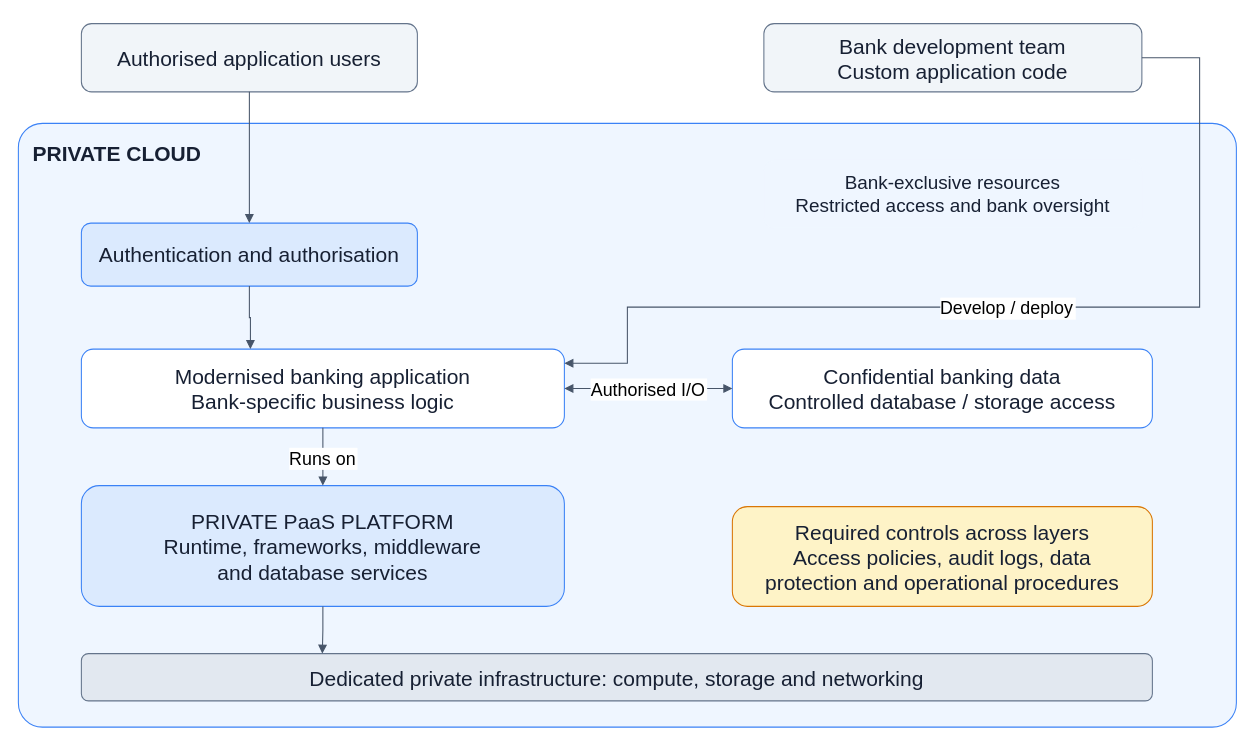
horiiiiii032929/cs5224-lab2-twitter-analytics keeps this draw.io diagram as diagrams/Part1b-architecture.drawio. Above is the earlier version. Source tidied: cells renumbered, new cells numbered last; positions are measured from the earlier drawing's top-left corner, leaving out a move shared by most shapes. Both pictures are drawn from the tidied source at 105%, with x=0, y=0 at pixel (18, 23).
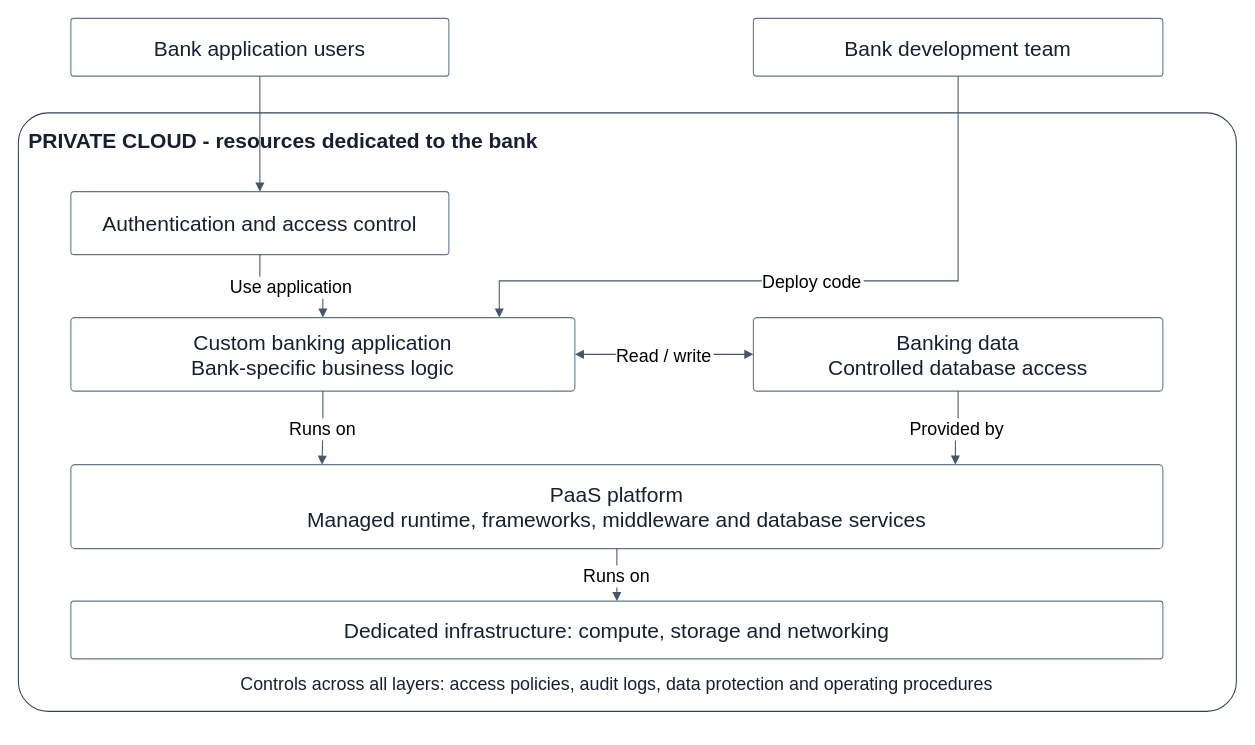
The same diagram, later.

Commit message (it also covers changes not shown here):
Clarify hospital, bank and AWS architecture diagrams

Change to the diagram source:
```diff
@@
-    <mxCell id="2" value="PRIVATE CLOUD" style="rounded=1;whiteSpace=wrap;html=0;fillColor=#eff6ff;strokeColor=#3b82f6;fontColor=#172033;fontFamily=Arial;fontSize=20;spacing=10;verticalAlign=top;align=left;fontStyle=1;spacing=0;spacingTop=12;spacingLeft=14;arcSize=4;" parent="1" vertex="1">
-      <mxGeometry y="95" width="1160" height="575" as="geometry" />
+    <mxCell id="2" value="PRIVATE CLOUD - resources dedicated to the bank" style="rounded=1;arcSize=5;whiteSpace=wrap;html=0;fillColor=#ffffff;strokeColor=#334155;fontColor=#172033;fontFamily=Arial;fontSize=20;spacing=10;verticalAlign=top;align=left;fontStyle=1;" parent="1" vertex="1">
+      <mxGeometry y="85" width="1160" height="570" as="geometry" />
     </mxCell>
-    <mxCell id="3" value="Bank-exclusive resources&#10;Restricted access and bank oversight" style="rounded=1;whiteSpace=wrap;html=0;fillColor=#eff6ff;strokeColor=#eff6ff;fontColor=#172033;fontFamily=Arial;fontSize=20;spacing=10;fontSize=18;" parent="1" vertex="1">
-      <mxGeometry x="710" y="130" width="360" height="65" as="geometry" />
-    </mxCell>
-    <mxCell id="4" value="Authorised application users" style="rounded=1;whiteSpace=wrap;html=0;fillColor=#f1f5f9;strokeColor=#64748b;fontColor=#172033;fontFamily=Arial;fontSize=20;spacing=10;" parent="1" vertex="1">
-      <mxGeometry x="60" width="320" height="65" as="geometry" />
+    <mxCell id="4" value="Bank application users" style="rounded=1;arcSize=5;whiteSpace=wrap;html=0;fillColor=#ffffff;strokeColor=#64748b;fontColor=#172033;fontFamily=Arial;fontSize=20;spacing=10;" parent="1" vertex="1">
+      <mxGeometry x="50" y="-5" width="360" height="55" as="geometry" />
     </mxCell>
-    <mxCell id="5" value="Bank development team&#10;Custom application code" style="rounded=1;whiteSpace=wrap;html=0;fillColor=#f1f5f9;strokeColor=#64748b;fontColor=#172033;fontFamily=Arial;fontSize=20;spacing=10;" parent="1" vertex="1">
-      <mxGeometry x="710" width="360" height="65" as="geometry" />
+    <mxCell id="5" value="Bank development team" style="rounded=1;arcSize=5;whiteSpace=wrap;html=0;fillColor=#ffffff;strokeColor=#64748b;fontColor=#172033;fontFamily=Arial;fontSize=20;spacing=10;" parent="1" vertex="1">
+      <mxGeometry x="700" y="-5" width="390" height="55" as="geometry" />
     </mxCell>
-    <mxCell id="6" value="Authentication and authorisation" style="rounded=1;whiteSpace=wrap;html=0;fillColor=#dbeafe;strokeColor=#3b82f6;fontColor=#172033;fontFamily=Arial;fontSize=20;spacing=10;" parent="1" vertex="1">
-      <mxGeometry x="60" y="190" width="320" height="60" as="geometry" />
+    <mxCell id="6" value="Authentication and access control" style="rounded=1;arcSize=5;whiteSpace=wrap;html=0;fillColor=#ffffff;strokeColor=#64748b;fontColor=#172033;fontFamily=Arial;fontSize=20;spacing=10;" parent="1" vertex="1">
+      <mxGeometry x="50" y="160" width="360" height="60" as="geometry" />
     </mxCell>
-    <mxCell id="7" value="Modernised banking application&#10;Bank-specific business logic" style="rounded=1;whiteSpace=wrap;html=0;fillColor=#ffffff;strokeColor=#3b82f6;fontColor=#172033;fontFamily=Arial;fontSize=20;spacing=10;" parent="1" vertex="1">
-      <mxGeometry x="60" y="310" width="460" height="75" as="geometry" />
+    <mxCell id="7" value="Custom banking application&#10;Bank-specific business logic" style="rounded=1;arcSize=5;whiteSpace=wrap;html=0;fillColor=#ffffff;strokeColor=#64748b;fontColor=#172033;fontFamily=Arial;fontSize=20;spacing=10;" parent="1" vertex="1">
+      <mxGeometry x="50" y="280" width="480" height="70" as="geometry" />
     </mxCell>
+    <mxCell id="9" value="Banking data&#10;Controlled database access" style="rounded=1;arcSize=5;whiteSpace=wrap;html=0;fillColor=#ffffff;strokeColor=#64748b;fontColor=#172033;fontFamily=Arial;fontSize=20;spacing=10;" parent="1" vertex="1">
+      <mxGeometry x="700" y="280" width="390" height="70" as="geometry" />
+    </mxCell>
-    <mxCell id="8" value="PRIVATE PaaS PLATFORM&#10;Runtime, frameworks, middleware&#10;and database services" style="rounded=1;whiteSpace=wrap;html=0;fillColor=#dbeafe;strokeColor=#3b82f6;fontColor=#172033;fontFamily=Arial;fontSize=20;spacing=10;" parent="1" vertex="1">
-      <mxGeometry x="60" y="440" width="460" height="115" as="geometry" />
+    <mxCell id="8" value="PaaS platform&#10;Managed runtime, frameworks, middleware and database services" style="rounded=1;arcSize=5;whiteSpace=wrap;html=0;fillColor=#ffffff;strokeColor=#64748b;fontColor=#172033;fontFamily=Arial;fontSize=20;spacing=10;" parent="1" vertex="1">
+      <mxGeometry x="50" y="420" width="1040" height="80" as="geometry" />
     </mxCell>
-    <mxCell id="9" value="Confidential banking data&#10;Controlled database / storage access" style="rounded=1;whiteSpace=wrap;html=0;fillColor=#ffffff;strokeColor=#3b82f6;fontColor=#172033;fontFamily=Arial;fontSize=20;spacing=10;" parent="1" vertex="1">
-      <mxGeometry x="680" y="310" width="400" height="75" as="geometry" />
-    </mxCell>
+    <mxCell id="11" value="Dedicated infrastructure: compute, storage and networking" style="rounded=1;arcSize=5;whiteSpace=wrap;html=0;fillColor=#ffffff;strokeColor=#64748b;fontColor=#172033;fontFamily=Arial;fontSize=20;spacing=10;" parent="1" vertex="1">
+      <mxGeometry x="50" y="550" width="1040" height="55" as="geometry" />
+    </mxCell>
-    <mxCell id="10" value="Required controls across layers&#10;Access policies, audit logs, data&#10;protection and operational procedures" style="rounded=1;whiteSpace=wrap;html=0;fillColor=#fef3c7;strokeColor=#d97706;fontColor=#172033;fontFamily=Arial;fontSize=20;spacing=10;" parent="1" vertex="1">
-      <mxGeometry x="680" y="460" width="400" height="95" as="geometry" />
+    <mxCell id="10" value="Controls across all layers: access policies, audit logs, data protection and operating procedures" style="rounded=1;arcSize=5;whiteSpace=wrap;html=0;fillColor=#ffffff;strokeColor=#ffffff;fontColor=#172033;fontFamily=Arial;fontSize=20;spacing=10;fontSize=17;spacing=0;" parent="1" vertex="1">
+      <mxGeometry x="50" y="615" width="1040" height="30" as="geometry" />
     </mxCell>
-    <mxCell id="11" value="Dedicated private infrastructure: compute, storage and networking" style="rounded=1;whiteSpace=wrap;html=0;fillColor=#e2e8f0;strokeColor=#64748b;fontColor=#172033;fontFamily=Arial;fontSize=20;spacing=10;" parent="1" vertex="1">
-      <mxGeometry x="60" y="600" width="1020" height="45" as="geometry" />
-    </mxCell>
@@
-    <mxCell id="13" style="edgeStyle=orthogonalEdgeStyle;rounded=0;html=0;endArrow=block;endFill=1;fontSize=17;fontFamily=Arial;labelBackgroundColor=#ffffff;strokeColor=#475569;entryX=0.35;entryY=0;" parent="1" edge="1" source="6" target="7">
+    <mxCell id="13" value="Use application" style="edgeStyle=orthogonalEdgeStyle;rounded=0;html=0;endArrow=block;endFill=1;fontSize=17;fontFamily=Arial;labelBackgroundColor=#ffffff;strokeColor=#475569;" parent="1" edge="1" source="6" target="7">
       <mxGeometry relative="1" as="geometry" />
     </mxCell>
-    <mxCell id="14" value="Develop / deploy" style="edgeStyle=orthogonalEdgeStyle;rounded=0;html=0;endArrow=block;endFill=1;fontSize=17;fontFamily=Arial;labelBackgroundColor=#ffffff;strokeColor=#475569;exitX=1;exitY=0.5;entryX=1;entryY=0.18;" parent="1" edge="1" source="5" target="7">
+    <mxCell id="14" value="Deploy code" style="edgeStyle=orthogonalEdgeStyle;rounded=0;html=0;endArrow=block;endFill=1;fontSize=17;fontFamily=Arial;labelBackgroundColor=#ffffff;strokeColor=#475569;exitX=0.5;exitY=1;entryX=0.85;entryY=0;" parent="1" edge="1" source="5" target="7">
       <mxGeometry relative="1" as="geometry">
         <Array as="points">
-          <mxPoint x="1125" y="32" />
-          <mxPoint x="1125" y="270" />
-          <mxPoint x="580" y="270" />
-          <mxPoint x="580" y="323" />
+          <mxPoint x="895" y="245" />
+          <mxPoint x="458" y="245" />
         </Array>
       </mxGeometry>
     </mxCell>
-    <mxCell id="15" value="Runs on" style="edgeStyle=orthogonalEdgeStyle;rounded=0;html=0;endArrow=block;endFill=1;fontSize=17;fontFamily=Arial;labelBackgroundColor=#ffffff;strokeColor=#475569;exitX=0.5;exitY=1;entryX=0.5;entryY=0;" parent="1" edge="1" source="7" target="8">
+    <mxCell id="15" value="Read / write" style="edgeStyle=orthogonalEdgeStyle;rounded=0;html=0;endArrow=block;endFill=1;fontSize=17;fontFamily=Arial;labelBackgroundColor=#ffffff;strokeColor=#475569;startArrow=block;startFill=1;" parent="1" edge="1" source="7" target="9">
       <mxGeometry relative="1" as="geometry" />
     </mxCell>
-    <mxCell id="16" value="Authorised I/O" style="edgeStyle=orthogonalEdgeStyle;rounded=0;html=0;endArrow=block;endFill=1;fontSize=17;fontFamily=Arial;labelBackgroundColor=#ffffff;strokeColor=#475569;startArrow=block;startFill=1;exitX=1;exitY=0.5;entryX=0;entryY=0.5;" parent="1" edge="1" source="7" target="9">
+    <mxCell id="16" value="Runs on" style="edgeStyle=orthogonalEdgeStyle;rounded=0;html=0;endArrow=block;endFill=1;fontSize=17;fontFamily=Arial;labelBackgroundColor=#ffffff;strokeColor=#475569;exitX=0.5;exitY=1;entryX=0.23;entryY=0;" parent="1" edge="1" source="7" target="8">
       <mxGeometry relative="1" as="geometry" />
     </mxCell>
-    <mxCell id="17" style="edgeStyle=orthogonalEdgeStyle;rounded=0;html=0;endArrow=block;endFill=1;fontSize=17;fontFamily=Arial;labelBackgroundColor=#ffffff;strokeColor=#475569;exitX=0.5;exitY=1;entryX=0.225;entryY=0;" parent="1" edge="1" source="8" target="11">
+    <mxCell id="17" value="Provided by" style="edgeStyle=orthogonalEdgeStyle;rounded=0;html=0;endArrow=block;endFill=1;fontSize=17;fontFamily=Arial;labelBackgroundColor=#ffffff;strokeColor=#475569;exitX=0.5;exitY=1;entryX=0.81;entryY=0;" parent="1" edge="1" source="9" target="8">
       <mxGeometry relative="1" as="geometry" />
     </mxCell>
+    <mxCell id="18" value="Runs on" style="edgeStyle=orthogonalEdgeStyle;rounded=0;html=0;endArrow=block;endFill=1;fontSize=17;fontFamily=Arial;labelBackgroundColor=#ffffff;strokeColor=#475569;" parent="1" edge="1" source="8" target="11">
+      <mxGeometry relative="1" as="geometry" />
+    </mxCell>
```
